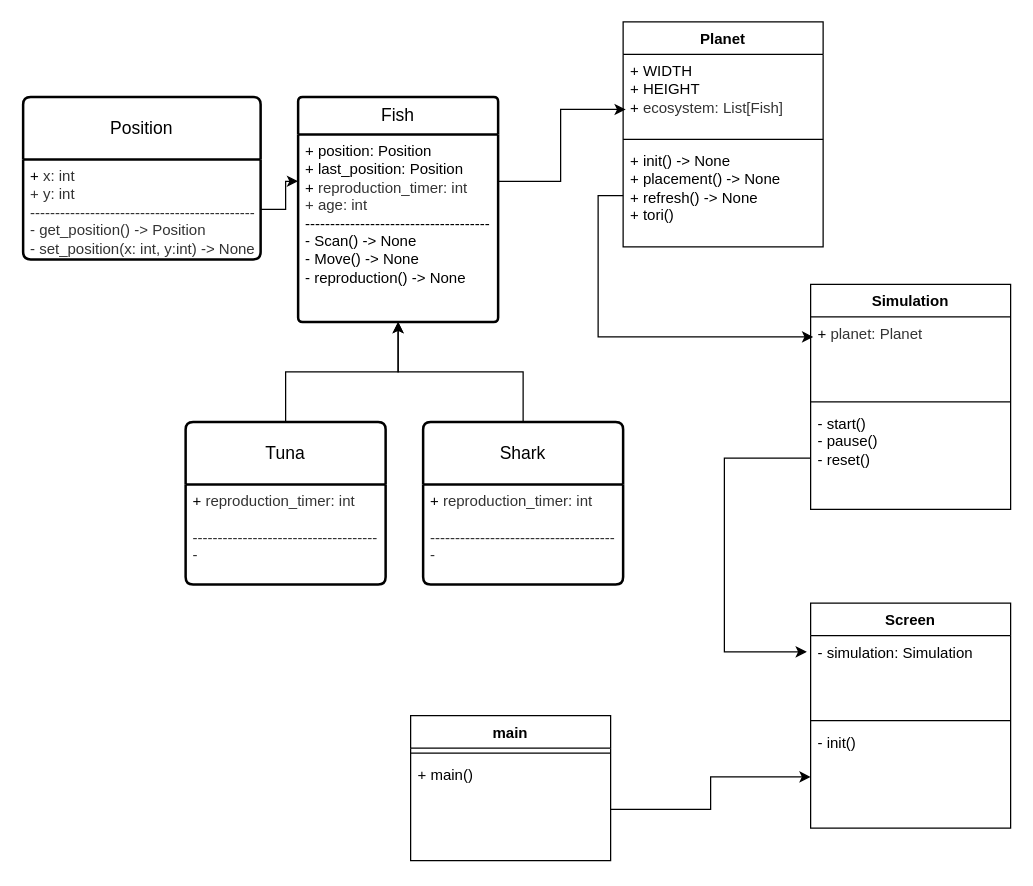
shini559/Wa-Tor keeps this draw.io diagram as datas/Diagramme sans nom.drawio. Above is the earlier version. Source tidied: cells renumbered, new cells numbered last; positions are measured from the earlier drawing's top-left corner, leaving out a move shared by most shapes. Both pictures are drawn from the tidied source at 125%, with x=0, y=0 at pixel (22, 21).
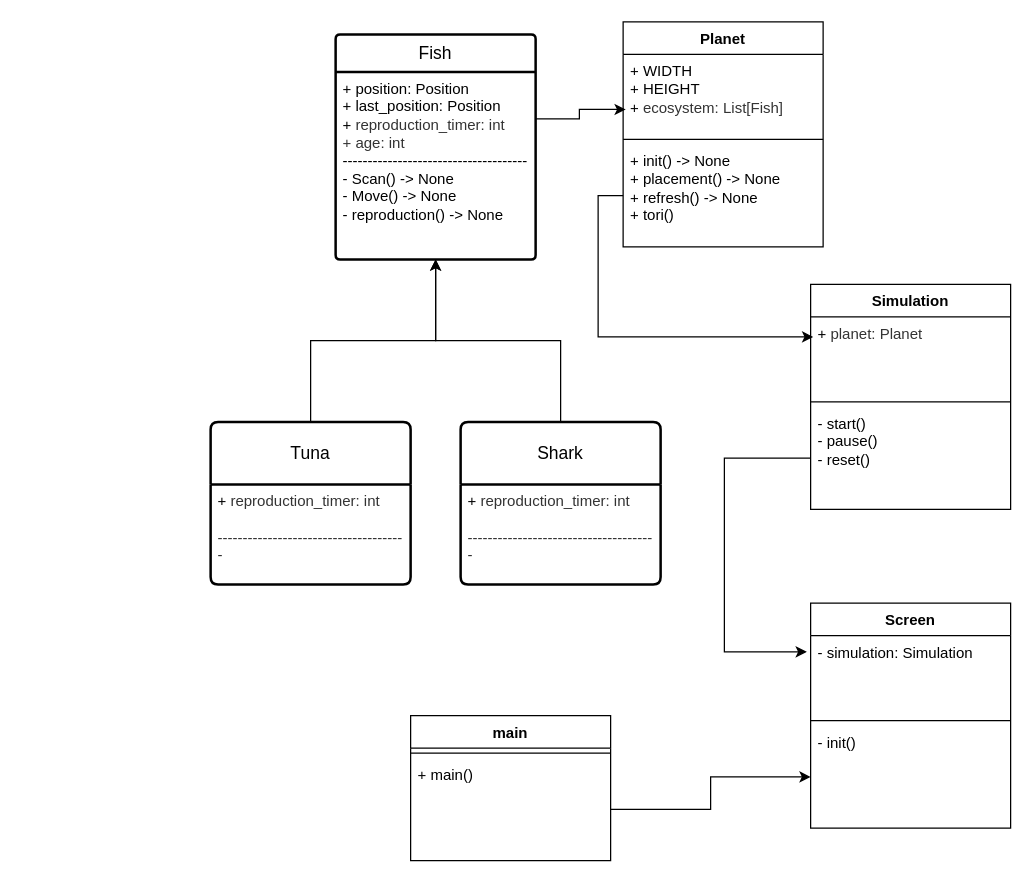
After the change.

The change refers to these unchanged cells:
```xml
<mxCell id="3" value="+ position: Position&lt;br&gt;+ last_position: Position&lt;div&gt;+&amp;nbsp;&lt;span style=&quot;background-color: rgb(255, 255, 255); color: rgb(51, 51, 51);&quot;&gt;&lt;font face=&quot;Helvetica&quot;&gt;reproduction_timer: int&lt;/font&gt;&lt;/span&gt;&lt;/div&gt;&lt;div&gt;&lt;font color=&quot;#333333&quot;&gt;+ age: int&lt;br&gt;&lt;/font&gt;&lt;div&gt;-------------------------------------&lt;/div&gt;&lt;div&gt;- Scan() -&amp;gt; None&lt;/div&gt;&lt;div&gt;- Move()&lt;span style=&quot;background-color: transparent; color: light-dark(rgb(0, 0, 0), rgb(255, 255, 255));&quot;&gt;&amp;nbsp;&lt;/span&gt;&lt;span style=&quot;background-color: transparent; color: light-dark(rgb(0, 0, 0), rgb(255, 255, 255));&quot;&gt;-&amp;gt; None&lt;/span&gt;&lt;/div&gt;&lt;div&gt;- reproduction()&lt;span style=&quot;background-color: transparent; color: light-dark(rgb(0, 0, 0), rgb(255, 255, 255));&quot;&gt;&amp;nbsp;&lt;/span&gt;&lt;span style=&quot;background-color: transparent; color: light-dark(rgb(0, 0, 0), rgb(255, 255, 255));&quot;&gt;-&amp;gt; None&lt;/span&gt;&lt;/div&gt;&lt;/div&gt;" style="align=left;strokeColor=none;fillColor=none;spacingLeft=4;spacingRight=4;fontSize=12;verticalAlign=top;html=1;whiteSpace=wrap;" parent="2" vertex="1">
  <mxGeometry y="30" width="160" height="150" as="geometry" />
</mxCell>
```

Diff of the diagram source:
```diff
@@
     <mxCell id="2" value="Fish" style="swimlane;horizontal=1;startSize=30;rounded=1;fontSize=14;fontStyle=0;strokeWidth=2;shadow=0;dashed=0;align=center;arcSize=4;whiteSpace=wrap;html=1;" parent="1" vertex="1">
-      <mxGeometry x="220" y="60" width="160" height="180" as="geometry" />
+      <mxGeometry x="250" y="10" width="160" height="180" as="geometry" />
     </mxCell>
@@
     <mxCell id="5" value="Tuna" style="swimlane;horizontal=1;startSize=50;rounded=1;fontSize=14;fontStyle=0;strokeWidth=2;shadow=0;dashed=0;align=center;arcSize=4;whiteSpace=wrap;html=1;" parent="1" vertex="1">
-      <mxGeometry x="130" y="320" width="160" height="130" as="geometry" />
+      <mxGeometry x="150" y="320" width="160" height="130" as="geometry" />
     </mxCell>
@@
     <mxCell id="8" value="Shark" style="swimlane;horizontal=1;startSize=50;rounded=1;fontSize=14;fontStyle=0;strokeWidth=2;shadow=0;dashed=0;align=center;arcSize=4;whiteSpace=wrap;html=1;" parent="1" vertex="1">
-      <mxGeometry x="320" y="320" width="160" height="130" as="geometry" />
+      <mxGeometry x="350" y="320" width="160" height="130" as="geometry" />
     </mxCell>
@@
-    <mxCell id="29" value="Position" style="swimlane;horizontal=1;startSize=50;rounded=1;fontSize=14;fontStyle=0;strokeWidth=2;shadow=0;dashed=0;align=center;arcSize=4;whiteSpace=wrap;html=1;" parent="1" vertex="1">
-      <mxGeometry y="60" width="190" height="130" as="geometry" />
-    </mxCell>
-    <mxCell id="30" value="+&amp;nbsp;&lt;span style=&quot;background-color: rgb(255, 255, 255); color: rgb(51, 51, 51);&quot;&gt;&lt;font face=&quot;Helvetica&quot;&gt;x: int&lt;/font&gt;&lt;/span&gt;&lt;div&gt;&lt;font color=&quot;#333333&quot;&gt;+ y: int&lt;/font&gt;&lt;div&gt;&lt;span style=&quot;background-color: rgb(255, 255, 255); color: rgb(51, 51, 51);&quot;&gt;&lt;font face=&quot;Helvetica&quot;&gt;---------------------------------------------&lt;/font&gt;&lt;/span&gt;&lt;/div&gt;&lt;div&gt;&lt;span style=&quot;background-color: rgb(255, 255, 255); color: rgb(51, 51, 51);&quot;&gt;&lt;font face=&quot;Helvetica&quot;&gt;- get_position() -&amp;gt; Position&lt;/font&gt;&lt;/span&gt;&lt;/div&gt;&lt;div&gt;&lt;span style=&quot;background-color: rgb(255, 255, 255); color: rgb(51, 51, 51);&quot;&gt;&lt;font face=&quot;Helvetica&quot;&gt;- set_position(x: int, y:int) -&amp;gt; None&lt;/font&gt;&lt;/span&gt;&lt;/div&gt;&lt;div&gt;&lt;span style=&quot;background-color: rgb(255, 255, 255); color: rgb(51, 51, 51);&quot;&gt;&lt;font face=&quot;Helvetica&quot;&gt;&lt;br&gt;&lt;/font&gt;&lt;/span&gt;&lt;/div&gt;&lt;/div&gt;" style="align=left;strokeColor=none;fillColor=none;spacingLeft=4;spacingRight=4;fontSize=12;verticalAlign=top;html=1;whiteSpace=wrap;" parent="29" vertex="1">
-      <mxGeometry y="50" width="190" height="80" as="geometry" />
-    </mxCell>
-    <mxCell id="31" style="edgeStyle=orthogonalEdgeStyle;rounded=0;jettySize=auto;html=1;entryX=0;entryY=0.25;entryDx=0;entryDy=0;" parent="1" edge="1" source="30" target="3">
-      <mxGeometry relative="1" as="geometry" />
-    </mxCell>
```
